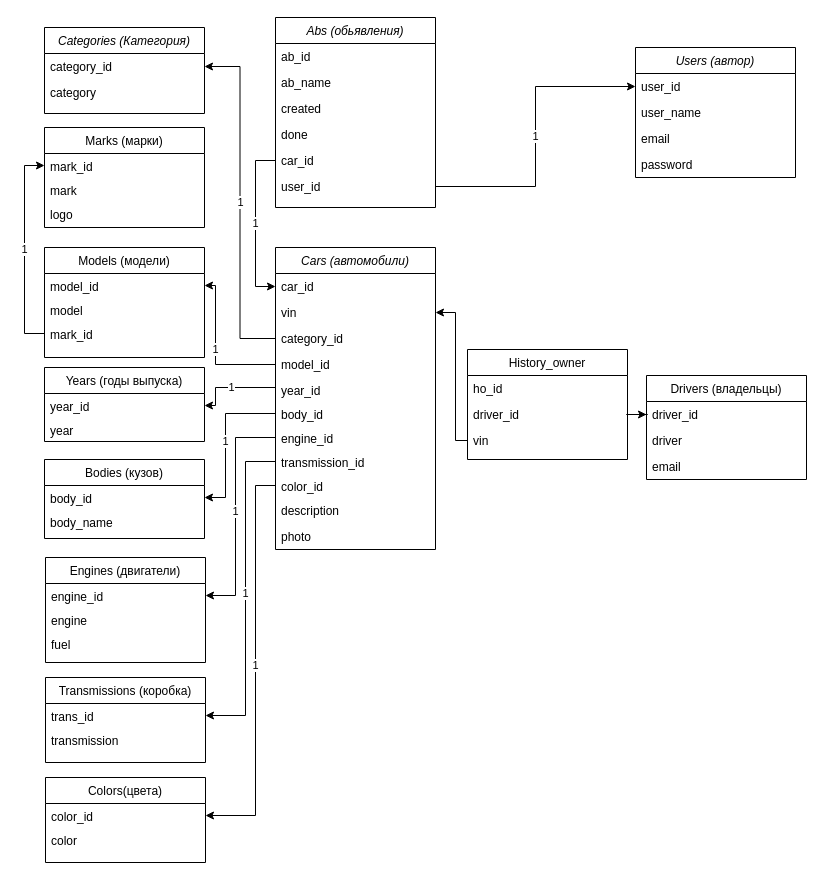
The draw.io diagram img/sql_diagram.drawio in dima-abc/job4j_cars, before the edit. Source tidied: cells renumbered, new cells numbered last; positions are measured from the earlier drawing's top-left corner, leaving out a move shared by most shapes. Both pictures are drawn from the tidied source at 100%, with x=0, y=0 at pixel (44, 17).
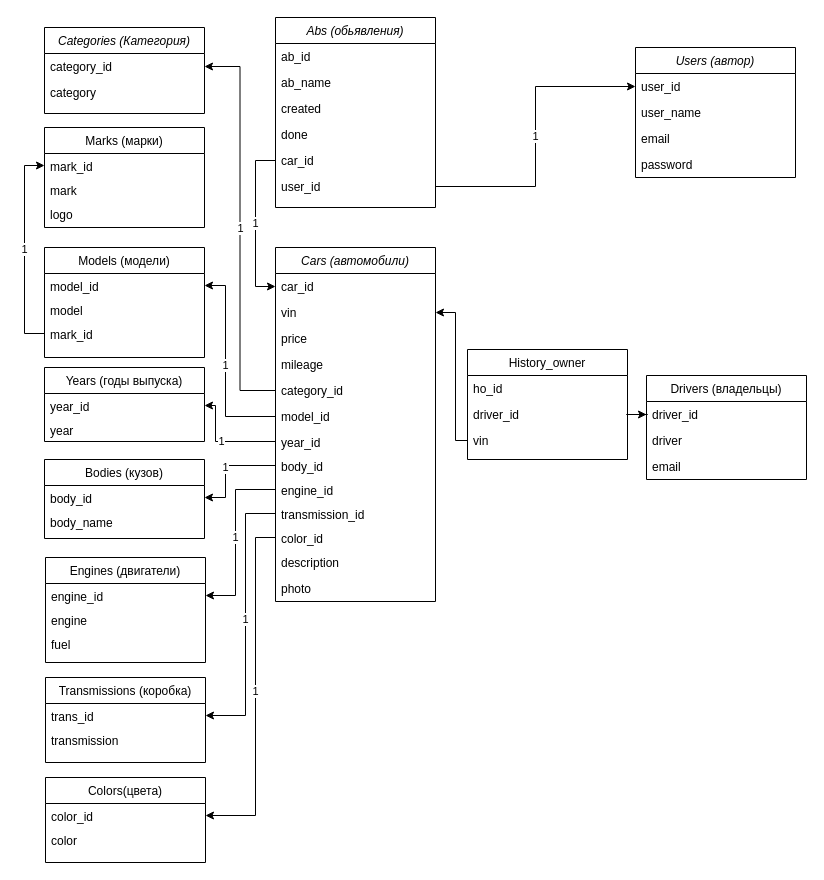
Above is the later version.

The change refers to these unchanged cells:
```xml
<mxCell id="23" value="engine_id" style="text;align=left;verticalAlign=top;spacingLeft=4;spacingRight=4;overflow=hidden;points=[[0,0.5],[1,0.5]];portConstraint=eastwest;" parent="22" vertex="1">
  <mxGeometry y="26" width="160" height="24" as="geometry" />
</mxCell>
<mxCell id="29" value="model_id" style="text;align=left;verticalAlign=top;spacingLeft=4;spacingRight=4;overflow=hidden;points=[[0,0.5],[1,0.5]];portConstraint=eastwest;" parent="28" vertex="1">
  <mxGeometry y="26" width="160" height="24" as="geometry" />
</mxCell>
<mxCell id="37" value="body_id    " style="text;align=left;verticalAlign=top;spacingLeft=4;spacingRight=4;overflow=hidden;points=[[0,0.5],[1,0.5]];portConstraint=eastwest;" parent="36" vertex="1">
  <mxGeometry y="26" width="160" height="24" as="geometry" />
</mxCell>
<mxCell id="54" value="year_id" style="text;align=left;verticalAlign=top;spacingLeft=4;spacingRight=4;overflow=hidden;points=[[0,0.5],[1,0.5]];portConstraint=eastwest;" parent="53" vertex="1">
  <mxGeometry y="26" width="160" height="24" as="geometry" />
</mxCell>
<mxCell id="57" value="trans_id" style="text;align=left;verticalAlign=top;spacingLeft=4;spacingRight=4;overflow=hidden;points=[[0,0.5],[1,0.5]];portConstraint=eastwest;" parent="56" vertex="1">
  <mxGeometry y="26" width="160" height="24" as="geometry" />
</mxCell>
<mxCell id="60" value="color_id" style="text;align=left;verticalAlign=top;spacingLeft=4;spacingRight=4;overflow=hidden;points=[[0,0.5],[1,0.5]];portConstraint=eastwest;" parent="59" vertex="1">
  <mxGeometry y="26" width="160" height="24" as="geometry" />
</mxCell>
```

What changed in the source:
```diff
@@
     <mxCell id="2" value="Cars (автомобили)" style="swimlane;fontStyle=2;align=center;verticalAlign=top;horizontal=1;startSize=26;rounded=0;shadow=0;strokeWidth=1;" parent="1" vertex="1">
-      <mxGeometry x="231" y="230" width="160" height="302" as="geometry" />
+      <mxGeometry x="231" y="230" width="160" height="354" as="geometry" />
     </mxCell>
@@
+    <mxCell id="73" value="price" style="text;align=left;verticalAlign=top;spacingLeft=4;spacingRight=4;overflow=hidden;" parent="2" vertex="1">
+      <mxGeometry y="78" width="160" height="26" as="geometry" />
+    </mxCell>
+    <mxCell id="74" value="mileage" style="text;align=left;verticalAlign=top;spacingLeft=4;spacingRight=4;overflow=hidden;" parent="2" vertex="1">
+      <mxGeometry y="104" width="160" height="26" as="geometry" />
+    </mxCell>
     <mxCell id="5" value="category_id" style="text;align=left;verticalAlign=top;spacingLeft=4;spacingRight=4;overflow=hidden;points=[[0,0.5],[1,0.5]];portConstraint=eastwest;" parent="2" vertex="1">
-      <mxGeometry y="78" width="160" height="26" as="geometry" />
+      <mxGeometry y="130" width="160" height="26" as="geometry" />
     </mxCell>
     <mxCell id="6" value="model_id" style="text;align=left;verticalAlign=top;spacingLeft=4;spacingRight=4;overflow=hidden;points=[[0,0.5],[1,0.5]];portConstraint=eastwest;" parent="2" vertex="1">
-      <mxGeometry y="104" width="160" height="26" as="geometry" />
+      <mxGeometry y="156" width="160" height="26" as="geometry" />
     </mxCell>
     <mxCell id="7" value="year_id" style="text;align=left;verticalAlign=top;spacingLeft=4;spacingRight=4;overflow=hidden;points=[[0,0.5],[1,0.5]];portConstraint=eastwest;" parent="2" vertex="1">
-      <mxGeometry y="130" width="160" height="24" as="geometry" />
+      <mxGeometry y="182" width="160" height="24" as="geometry" />
     </mxCell>
     <mxCell id="8" value="body_id    " style="text;align=left;verticalAlign=top;spacingLeft=4;spacingRight=4;overflow=hidden;points=[[0,0.5],[1,0.5]];portConstraint=eastwest;" parent="2" vertex="1">
-      <mxGeometry y="154" width="160" height="24" as="geometry" />
+      <mxGeometry y="206" width="160" height="24" as="geometry" />
     </mxCell>
     <mxCell id="9" value="engine_id" style="text;align=left;verticalAlign=top;spacingLeft=4;spacingRight=4;overflow=hidden;points=[[0,0.5],[1,0.5]];portConstraint=eastwest;" parent="2" vertex="1">
-      <mxGeometry y="178" width="160" height="24" as="geometry" />
+      <mxGeometry y="230" width="160" height="24" as="geometry" />
     </mxCell>
     <mxCell id="10" value="transmission_id" style="text;align=left;verticalAlign=top;spacingLeft=4;spacingRight=4;overflow=hidden;points=[[0,0.5],[1,0.5]];portConstraint=eastwest;" parent="2" vertex="1">
-      <mxGeometry y="202" width="160" height="24" as="geometry" />
+      <mxGeometry y="254" width="160" height="24" as="geometry" />
     </mxCell>
     <mxCell id="11" value="color_id" style="text;align=left;verticalAlign=top;spacingLeft=4;spacingRight=4;overflow=hidden;points=[[0,0.5],[1,0.5]];portConstraint=eastwest;" parent="2" vertex="1">
-      <mxGeometry y="226" width="160" height="24" as="geometry" />
+      <mxGeometry y="278" width="160" height="24" as="geometry" />
     </mxCell>
     <mxCell id="12" value="description" style="text;align=left;verticalAlign=top;spacingLeft=4;spacingRight=4;overflow=hidden;" parent="2" vertex="1">
-      <mxGeometry y="250" width="160" height="26" as="geometry" />
+      <mxGeometry y="302" width="160" height="26" as="geometry" />
     </mxCell>
     <mxCell id="13" value="photo" style="text;align=left;verticalAlign=top;spacingLeft=4;spacingRight=4;overflow=hidden;" parent="2" vertex="1">
-      <mxGeometry y="276" width="160" height="26" as="geometry" />
+      <mxGeometry y="328" width="160" height="26" as="geometry" />
     </mxCell>
@@
     <mxCell id="66" value="1" style="edgeStyle=orthogonalEdgeStyle;rounded=0;jettySize=auto;html=1;exitX=0;exitY=0.5;exitDx=0;exitDy=0;entryX=1;entryY=0.5;entryDx=0;entryDy=0;" parent="1" edge="1" source="6" target="29">
       <mxGeometry relative="1" as="geometry">
         <Array as="points">
-          <mxPoint x="171" y="347" />
-          <mxPoint x="171" y="268" />
+          <mxPoint x="181" y="399" />
+          <mxPoint x="181" y="268" />
         </Array>
       </mxGeometry>
     </mxCell>
@@
     <mxCell id="68" value="1" style="edgeStyle=orthogonalEdgeStyle;rounded=0;jettySize=auto;html=1;exitX=0;exitY=0.5;exitDx=0;exitDy=0;entryX=1;entryY=0.5;entryDx=0;entryDy=0;" parent="1" edge="1" source="7" target="54">
       <mxGeometry relative="1" as="geometry">
         <Array as="points">
-          <mxPoint x="231" y="370" />
-          <mxPoint x="171" y="370" />
+          <mxPoint x="171" y="424" />
           <mxPoint x="171" y="388" />
         </Array>
       </mxGeometry>
     </mxCell>
     <mxCell id="69" value="1" style="edgeStyle=orthogonalEdgeStyle;rounded=0;jettySize=auto;html=1;exitX=0;exitY=0.5;exitDx=0;exitDy=0;entryX=1;entryY=0.5;entryDx=0;entryDy=0;" parent="1" edge="1" source="8" target="37">
       <mxGeometry relative="1" as="geometry">
         <Array as="points">
-          <mxPoint x="181" y="396" />
+          <mxPoint x="181" y="448" />
           <mxPoint x="181" y="480" />
         </Array>
       </mxGeometry>
     </mxCell>
     <mxCell id="70" value="1" style="edgeStyle=orthogonalEdgeStyle;rounded=0;jettySize=auto;html=1;exitX=0;exitY=0.5;exitDx=0;exitDy=0;entryX=1;entryY=0.5;entryDx=0;entryDy=0;" parent="1" edge="1" source="9" target="23">
       <mxGeometry relative="1" as="geometry">
         <Array as="points">
-          <mxPoint x="191" y="420" />
+          <mxPoint x="191" y="472" />
           <mxPoint x="191" y="578" />
         </Array>
       </mxGeometry>
     </mxCell>
     <mxCell id="71" value="1" style="edgeStyle=orthogonalEdgeStyle;rounded=0;jettySize=auto;html=1;exitX=0;exitY=0.5;exitDx=0;exitDy=0;entryX=1;entryY=0.5;entryDx=0;entryDy=0;" parent="1" edge="1" source="10" target="57">
       <mxGeometry relative="1" as="geometry">
         <Array as="points">
-          <mxPoint x="201" y="444" />
+          <mxPoint x="201" y="496" />
           <mxPoint x="201" y="698" />
         </Array>
       </mxGeometry>
     </mxCell>
     <mxCell id="72" value="1" style="edgeStyle=orthogonalEdgeStyle;rounded=0;jettySize=auto;html=1;exitX=0;exitY=0.5;exitDx=0;exitDy=0;entryX=1;entryY=0.5;entryDx=0;entryDy=0;" parent="1" edge="1" source="11" target="60">
       <mxGeometry relative="1" as="geometry">
         <Array as="points">
-          <mxPoint x="211" y="468" />
+          <mxPoint x="211" y="520" />
           <mxPoint x="211" y="798" />
         </Array>
       </mxGeometry>
     </mxCell>
```
